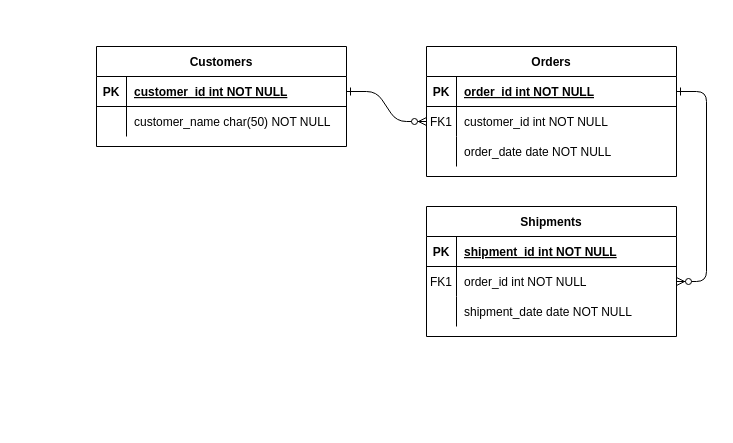
Before: Untitled Diagram.drawio in Ahmed-tantawy/Databases_digrams, a draw.io diagram. Source tidied: cells renumbered, new cells numbered last; positions are measured from the earlier drawing's top-left corner, leaving out a move shared by most shapes. Both pictures are drawn from the tidied source at 100%, with x=0, y=0 at pixel (96, 46).
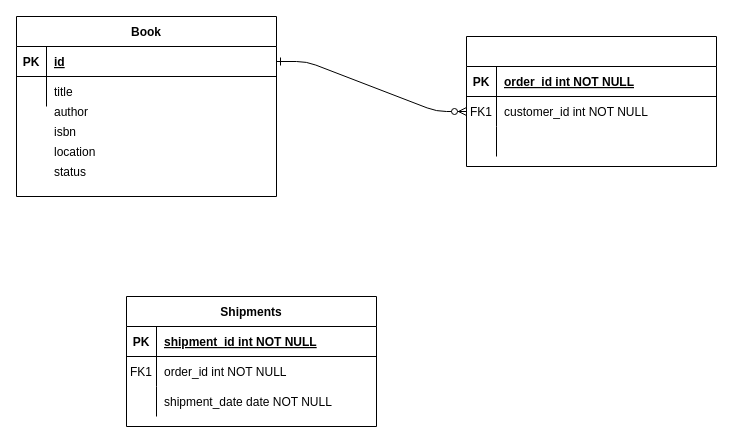
After the change.

Unchanged cells that the change refers to:
```xml
<mxCell id="5" style="shape=partialRectangle;fillColor=none;points=[[0,0.5],[1,0.5]];portConstraint=eastwest;top=0;left=0;right=0;bottom=1;" parent="4" vertex="1">
  <mxGeometry y="30" width="250" height="30" as="geometry" />
</mxCell>
<mxCell id="11" style="shape=partialRectangle;fillColor=none;top=0;left=0;right=0;bottom=0;" parent="4" vertex="1">
  <mxGeometry y="90" width="250" height="30" as="geometry" />
</mxCell>
<mxCell id="18" style="shape=partialRectangle;fillColor=none;points=[[0,0.5],[1,0.5]];portConstraint=eastwest;top=0;left=0;right=0;bottom=0;" parent="14" vertex="1">
  <mxGeometry y="60" width="250" height="30" as="geometry" />
</mxCell>
```

What changed in the source:
```diff
@@
-    <mxCell id="3" style="edgeStyle=entityRelationEdgeStyle;endArrow=ERzeroToMany;startArrow=ERone;endFill=1;startFill=0;" parent="1" edge="1" source="5" target="18">
-      <mxGeometry relative="1" as="geometry" />
-    </mxCell>
-    <mxCell id="4" value="Orders" style="shape=table;startSize=30;childLayout=tableLayout;rowLines=0;fontStyle=1;align=center;" parent="1" vertex="1">
-      <mxGeometry x="330" width="250" height="130" as="geometry" />
+    <mxCell id="4" style="shape=table;startSize=30;childLayout=tableLayout;rowLines=0;fontStyle=1;align=center;" parent="1" vertex="1">
+      <mxGeometry x="370" y="-10" width="250" height="130" as="geometry" />
     </mxCell>
@@
-    <mxCell id="13" value="order_date date NOT NULL" style="shape=partialRectangle;overflow=hidden;fillColor=none;top=0;left=0;bottom=0;right=0;align=left;spacingLeft=6;" parent="11" vertex="1">
+    <mxCell id="13" style="shape=partialRectangle;overflow=hidden;fillColor=none;top=0;left=0;bottom=0;right=0;align=left;spacingLeft=6;" parent="11" vertex="1">
       <mxGeometry x="30" width="220" height="30" as="geometry" />
     </mxCell>
     <mxCell id="14" value="Shipments" style="shape=table;startSize=30;childLayout=tableLayout;rowLines=0;fontStyle=1;align=center;" parent="1" vertex="1">
-      <mxGeometry x="330" y="160" width="250" height="130" as="geometry" />
+      <mxGeometry x="30" y="250" width="250" height="130" as="geometry" />
     </mxCell>
@@
-    <mxCell id="24" value="Customers" style="shape=table;startSize=30;childLayout=tableLayout;rowLines=0;fontStyle=1;align=center;" parent="1" vertex="1">
-      <mxGeometry width="250" height="100" as="geometry" />
+    <mxCell id="24" value="Book" style="shape=table;startSize=30;childLayout=tableLayout;rowLines=0;fontStyle=1;align=center;" parent="1" vertex="1">
+      <mxGeometry x="-80" y="-30" width="260" height="180" as="geometry" />
     </mxCell>
     <mxCell id="25" style="shape=partialRectangle;fillColor=none;points=[[0,0.5],[1,0.5]];portConstraint=eastwest;top=0;left=0;right=0;bottom=1;" parent="24" vertex="1">
-      <mxGeometry y="30" width="250" height="30" as="geometry" />
+      <mxGeometry y="30" width="260" height="30" as="geometry" />
     </mxCell>
@@
-    <mxCell id="27" value="customer_id int NOT NULL " style="shape=partialRectangle;overflow=hidden;fillColor=none;top=0;left=0;bottom=0;right=0;align=left;spacingLeft=6;fontStyle=5;" parent="25" vertex="1">
-      <mxGeometry x="30" width="220" height="30" as="geometry" />
+    <mxCell id="27" value="id" style="shape=partialRectangle;overflow=hidden;fillColor=none;top=0;left=0;bottom=0;right=0;align=left;spacingLeft=6;fontStyle=5;" parent="25" vertex="1">
+      <mxGeometry x="30" width="230" height="30" as="geometry" />
     </mxCell>
     <mxCell id="28" style="shape=partialRectangle;fillColor=none;top=0;left=0;right=0;bottom=0;" parent="24" vertex="1">
-      <mxGeometry y="60" width="250" height="30" as="geometry" />
+      <mxGeometry y="60" width="260" height="30" as="geometry" />
     </mxCell>
@@
-    <mxCell id="30" value="customer_name char(50) NOT NULL" style="shape=partialRectangle;overflow=hidden;fillColor=none;top=0;left=0;bottom=0;right=0;align=left;spacingLeft=6;" parent="28" vertex="1">
-      <mxGeometry x="30" width="220" height="30" as="geometry" />
+    <mxCell id="30" value="title" style="shape=partialRectangle;overflow=hidden;fillColor=none;top=0;left=0;bottom=0;right=0;align=left;spacingLeft=6;" parent="28" vertex="1">
+      <mxGeometry x="30" width="230" height="30" as="geometry" />
     </mxCell>
+    <mxCell id="31" value="author" style="shape=partialRectangle;overflow=hidden;fillColor=none;top=0;left=0;bottom=0;right=0;align=left;spacingLeft=6;" parent="1" vertex="1">
+      <mxGeometry x="-50" y="50" width="220" height="30" as="geometry" />
+    </mxCell>
+    <mxCell id="32" value="isbn" style="shape=partialRectangle;overflow=hidden;fillColor=none;top=0;left=0;bottom=0;right=0;align=left;spacingLeft=6;" parent="1" vertex="1">
+      <mxGeometry x="-50" y="70" width="220" height="30" as="geometry" />
+    </mxCell>
+    <mxCell id="33" value="location" style="shape=partialRectangle;overflow=hidden;fillColor=none;top=0;left=0;bottom=0;right=0;align=left;spacingLeft=6;" parent="1" vertex="1">
+      <mxGeometry x="-50" y="90" width="220" height="30" as="geometry" />
+    </mxCell>
+    <mxCell id="34" value="status" style="shape=partialRectangle;overflow=hidden;fillColor=none;top=0;left=0;bottom=0;right=0;align=left;spacingLeft=6;" parent="1" vertex="1">
+      <mxGeometry x="-50" y="110" width="220" height="30" as="geometry" />
+    </mxCell>
```
